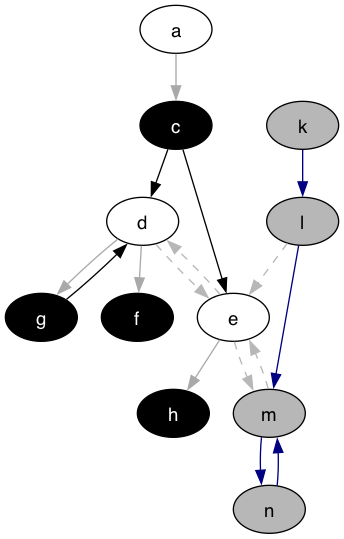
idaks/Games-and-Argumentation keeps this Graphviz diagram as lib/graphs/kernel_graph_colored.png. Above is the earlier version. Its source is kept beside it as lib/graphs/kernel_graph_colored.dot.
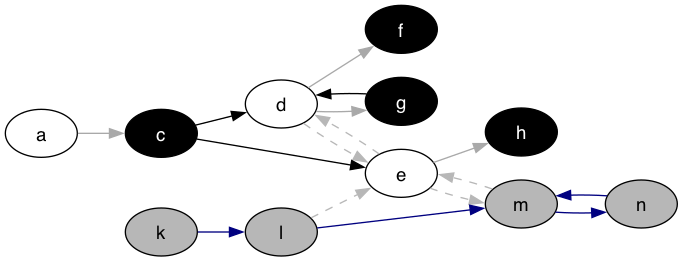
The same file after the commit.

Change to the diagram source:
```diff
@@ -1,4 +1,5 @@
 digraph G {
+  rankdir="LR"
   node [shape=oval style=filled fontname=Helvetica fontsize=14]
   node [fillcolor="#ffffff" fontcolor="#000000"] a d e;
   node [fillcolor="#000000" fontcolor="#ffffff"] c f g h;
@@ -23,4 +24,5 @@
         "e" -> "d";
         "e" -> "m";
         "m" -> "e";
+
 }
```
